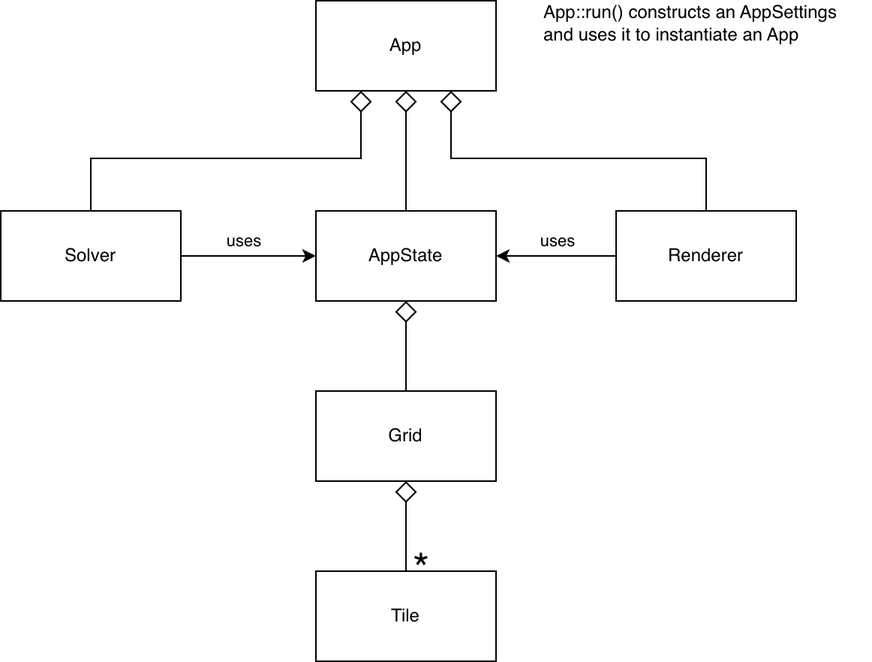
ashih42/rusty_2048 keeps this draw.io diagram as doc/entity_relation_diagram.png. Above is the earlier version. Source tidied: cells renumbered, new cells last; positions are measured from the earlier drawing's top-left corner, leaving out a move shared by most shapes.
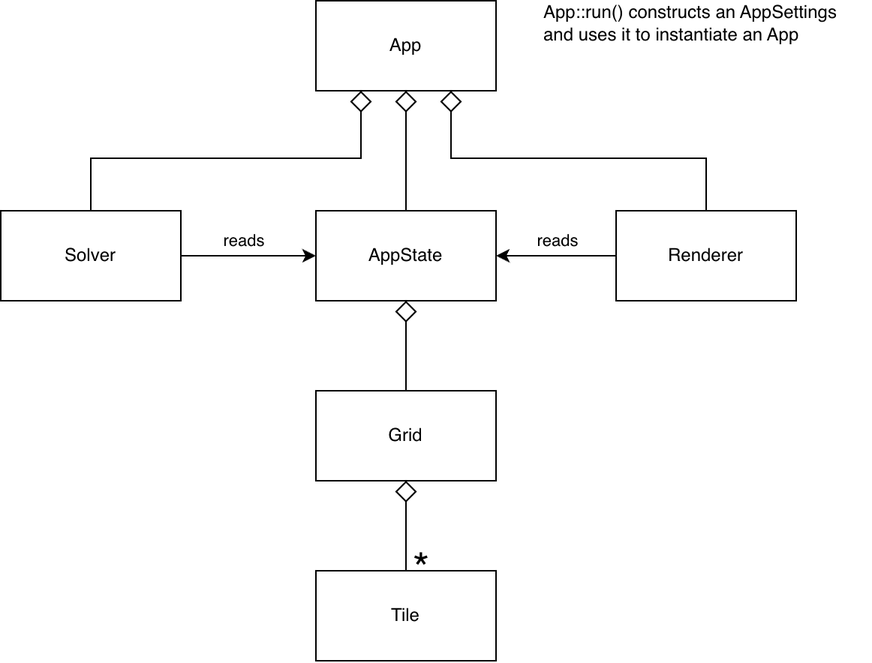
Later version of the same file.

The edit, as a diff of the source:
```diff
@@ -25,7 +25,7 @@
     <mxCell id="8" style="edgeStyle=orthogonalEdgeStyle;rounded=0;jettySize=auto;html=1;exitX=0;exitY=0.5;exitDx=0;exitDy=0;entryX=1;entryY=0.5;entryDx=0;entryDy=0;labelBackgroundColor=none;fontColor=default;" parent="1" edge="1" source="10" target="3">
       <mxGeometry relative="1" as="geometry" />
     </mxCell>
-    <mxCell id="9" value="uses" style="edgeLabel;html=1;align=center;verticalAlign=middle;labelBackgroundColor=none;" parent="8" vertex="1">
+    <mxCell id="9" value="reads" style="edgeLabel;html=1;align=center;verticalAlign=middle;labelBackgroundColor=none;" parent="8" vertex="1">
       <mxGeometry x="0.02" y="1" relative="1" as="geometry">
         <mxPoint x="1" y="-11" as="offset" />
       </mxGeometry>
@@ -36,7 +36,7 @@
     <mxCell id="11" style="edgeStyle=orthogonalEdgeStyle;rounded=0;jettySize=auto;html=1;exitX=1;exitY=0.5;exitDx=0;exitDy=0;labelBackgroundColor=none;fontColor=default;" parent="1" edge="1" source="13" target="3">
       <mxGeometry relative="1" as="geometry" />
     </mxCell>
-    <mxCell id="12" value="uses" style="edgeLabel;html=1;align=center;verticalAlign=middle;labelBackgroundColor=none;" parent="11" vertex="1">
+    <mxCell id="12" value="reads" style="edgeLabel;html=1;align=center;verticalAlign=middle;labelBackgroundColor=none;" parent="11" vertex="1">
       <mxGeometry x="-0.08" y="-1" relative="1" as="geometry">
         <mxPoint y="-11" as="offset" />
       </mxGeometry>
```
